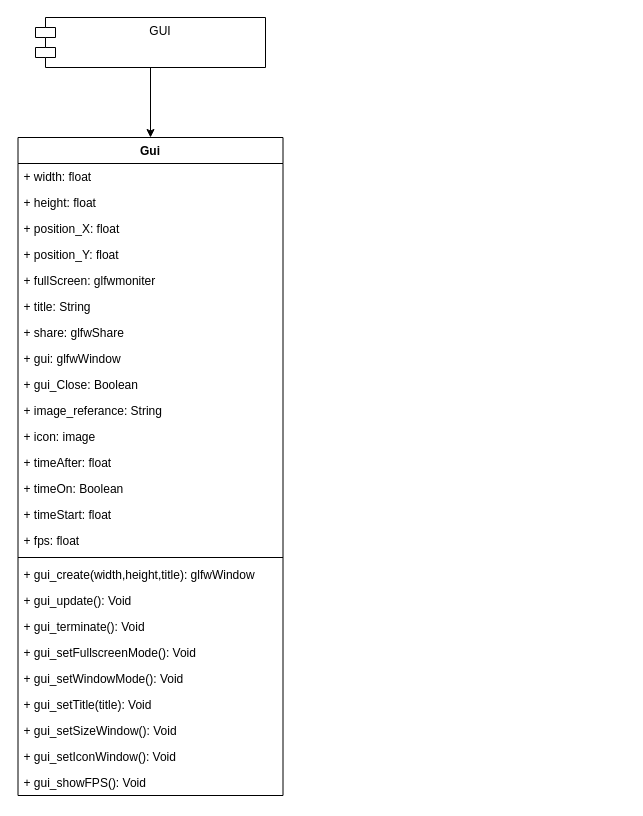
Before: page "Gui_Module" (3 of 5) of GameEngine_Library.drawio in gitsunekei1445/GameEngineV.1, a draw.io diagram. Source tidied: cells renumbered, new cells numbered last; positions are measured from the earlier drawing's top-left corner, leaving out a move shared by most shapes. Both pictures are drawn from the tidied source at 100%, with x=0, y=0 at pixel (17, 17).
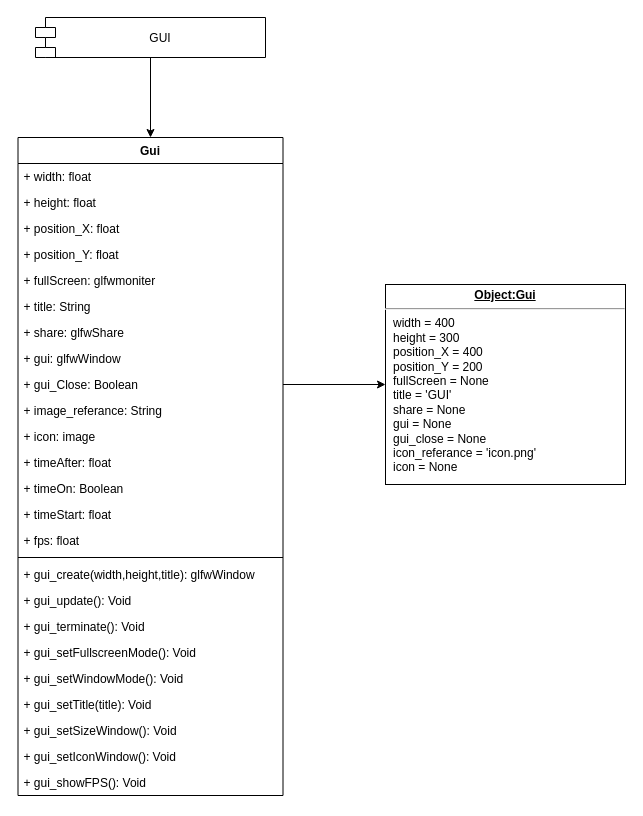
After the change.

Commit message:
update gui system object

Unchanged cells that the change refers to:
```xml
<mxCell id="13" value="+ gui_Close: Boolean&#10;" style="text;strokeColor=none;fillColor=none;align=left;verticalAlign=top;spacingLeft=4;spacingRight=4;overflow=hidden;points=[[0,0.5],[1,0.5]];portConstraint=eastwest;" parent="4" vertex="1">
  <mxGeometry y="234" width="265" height="26" as="geometry" />
</mxCell>
```

Change to the diagram source:
```diff
@@
-    <mxCell id="3" value="GUI" style="shape=module;align=left;spacingLeft=20;align=center;verticalAlign=top;" parent="1" vertex="1">
-      <mxGeometry x="18" width="230" height="50" as="geometry" />
+    <mxCell id="3" value="GUI" style="shape=module;align=left;spacingLeft=20;align=center;verticalAlign=middle;" parent="1" vertex="1">
+      <mxGeometry x="18" width="230" height="40" as="geometry" />
     </mxCell>
+    <mxCell id="30" value="&lt;p style=&quot;margin: 0px ; margin-top: 4px ; text-align: center ; text-decoration: underline&quot;&gt;&lt;b&gt;Object:Gui&lt;/b&gt;&lt;/p&gt;&lt;hr&gt;&lt;p style=&quot;margin: 0px ; margin-left: 8px&quot;&gt;width = 400&lt;/p&gt;&lt;p style=&quot;margin: 0px ; margin-left: 8px&quot;&gt;height = 300&lt;/p&gt;&lt;p style=&quot;margin: 0px ; margin-left: 8px&quot;&gt;position_X = 400&lt;/p&gt;&lt;p style=&quot;margin: 0px ; margin-left: 8px&quot;&gt;position_Y = 200&lt;/p&gt;&lt;p style=&quot;margin: 0px ; margin-left: 8px&quot;&gt;fullScreen = None&lt;/p&gt;&lt;p style=&quot;margin: 0px ; margin-left: 8px&quot;&gt;title = 'GUI'&lt;/p&gt;&lt;p style=&quot;margin: 0px ; margin-left: 8px&quot;&gt;share = None&lt;/p&gt;&lt;p style=&quot;margin: 0px ; margin-left: 8px&quot;&gt;gui = None&lt;/p&gt;&lt;p style=&quot;margin: 0px ; margin-left: 8px&quot;&gt;gui_close = None&lt;/p&gt;&lt;p style=&quot;margin: 0px ; margin-left: 8px&quot;&gt;icon_referance = 'icon.png'&lt;/p&gt;&lt;p style=&quot;margin: 0px ; margin-left: 8px&quot;&gt;icon = None&lt;/p&gt;&lt;p style=&quot;margin: 0px ; margin-left: 8px&quot;&gt;&lt;br&gt;&lt;/p&gt;" style="verticalAlign=top;align=left;overflow=fill;fontSize=12;fontFamily=Helvetica;html=1;" parent="1" vertex="1">
+      <mxGeometry x="368" y="267" width="240" height="200" as="geometry" />
+    </mxCell>
+    <mxCell id="31" style="edgeStyle=orthogonalEdgeStyle;rounded=0;jettySize=auto;html=1;exitX=1;exitY=0.5;exitDx=0;exitDy=0;entryX=0;entryY=0.5;entryDx=0;entryDy=0;" parent="1" edge="1" source="13" target="30">
+      <mxGeometry relative="1" as="geometry" />
+    </mxCell>
```
